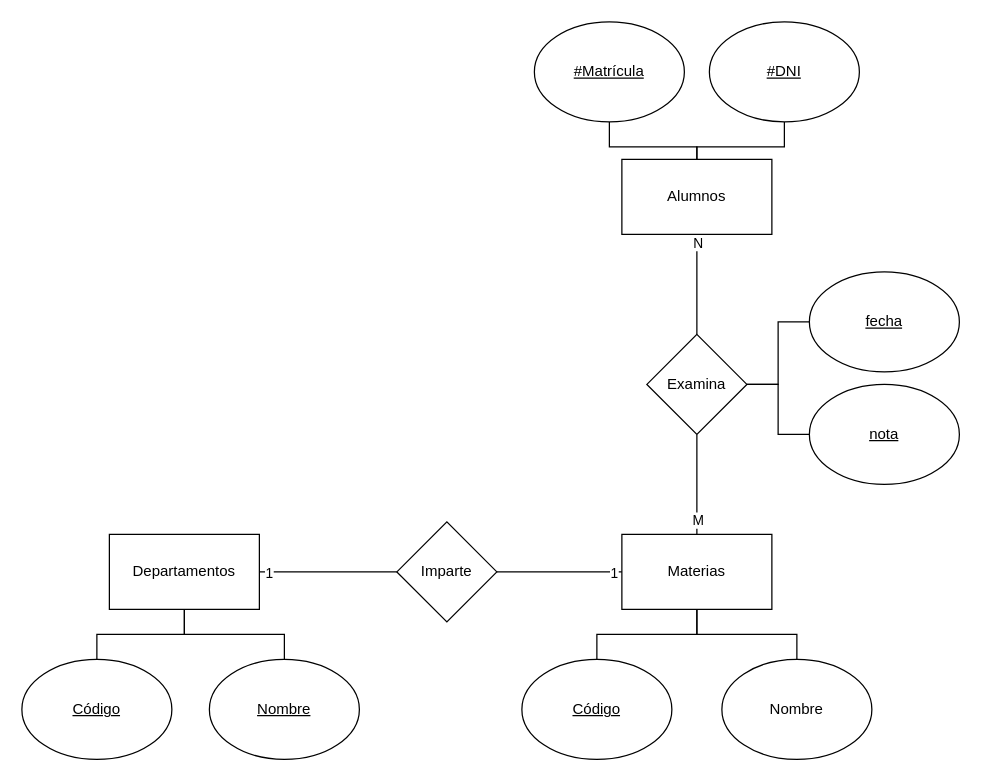
Fonsy/BBDD2021 keeps this draw.io diagram as page "Centro de Enseñanza" (1 of 4) of ejercicios_diagramas_e_r.drawio. Above is the earlier version. Source tidied: cells renumbered, new cells numbered last; positions are measured from the earlier drawing's top-left corner, leaving out a move shared by most shapes. Both pictures are drawn from the tidied source at 125%, with x=0, y=0 at pixel (21, 21).
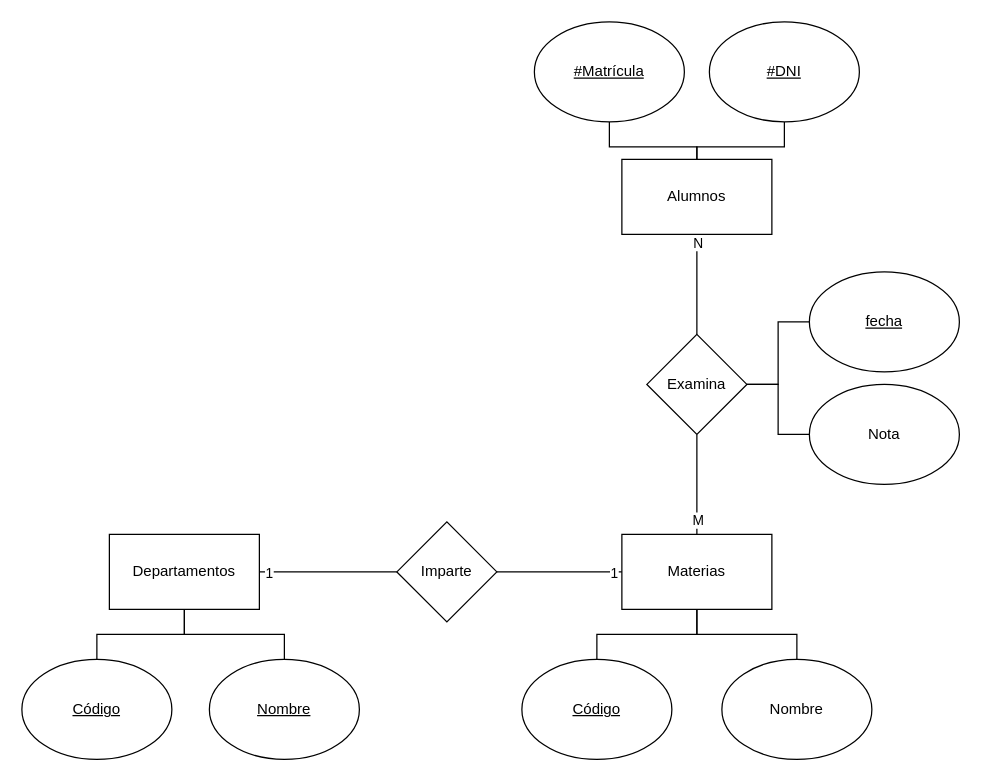
Above is the later version.

Change to the diagram source:
```diff
@@
-    <mxCell id="28" value="&lt;u&gt;nota&lt;br&gt;&lt;/u&gt;" style="ellipse;whiteSpace=wrap;html=1;" parent="1" vertex="1">
+    <mxCell id="28" value="Nota" style="ellipse;whiteSpace=wrap;html=1;" parent="1" vertex="1">
       <mxGeometry x="630" y="290" width="120" height="80" as="geometry" />
     </mxCell>
```
